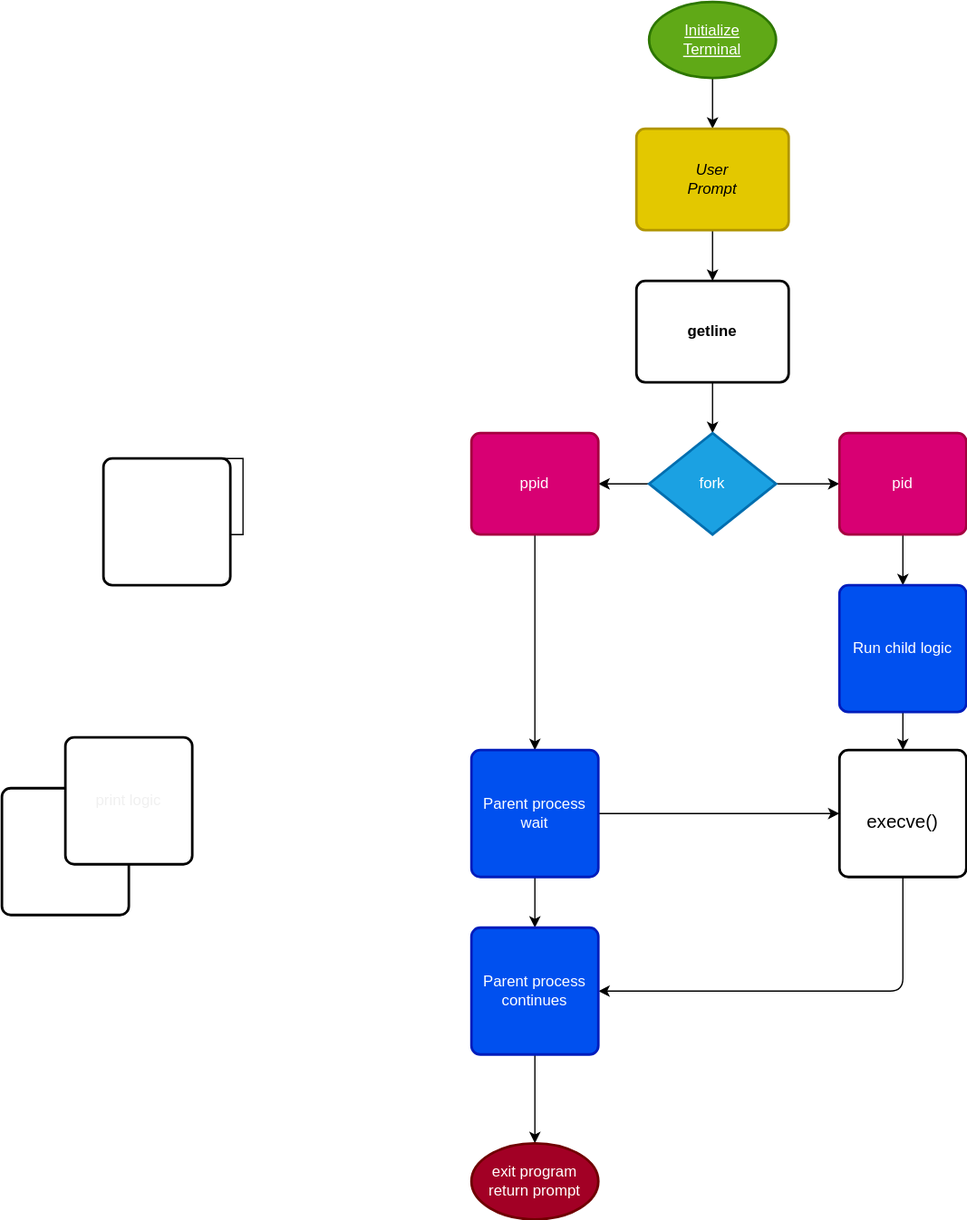
Above: shell_flow.drawio.svg in DaveyCHaysIII/atlas-simple_shell (draw.io), before the change. Source tidied: cells renumbered, new cells last; positions are measured from the earlier drawing's top-left corner, leaving out a move shared by most shapes.
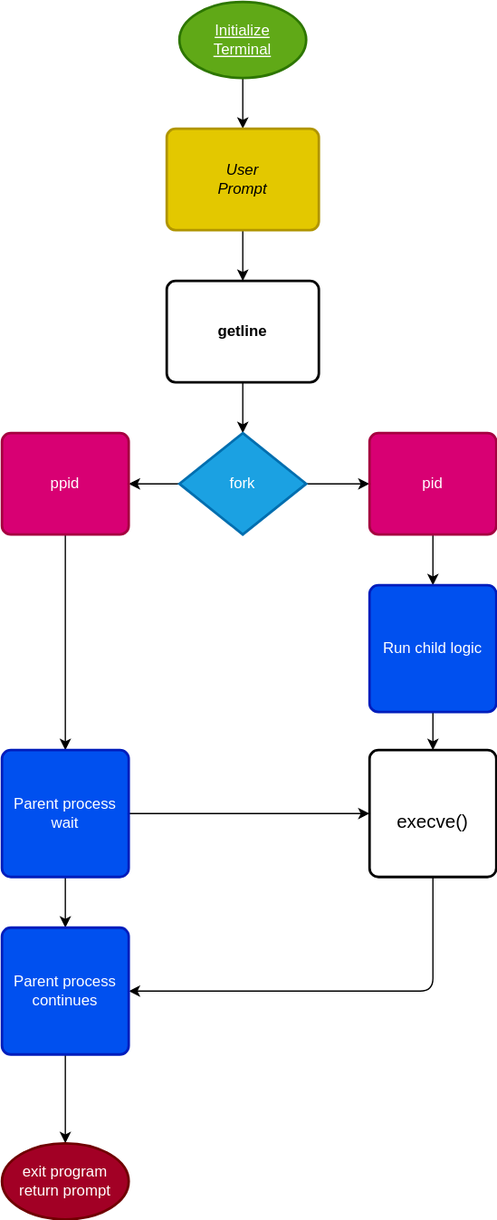
The same diagram one commit later.

The edit, as a diff of the source:
```diff
@@ -29,9 +29,6 @@
     <mxCell id="10" value="fork" style="strokeWidth=2;html=1;shape=mxgraph.flowchart.decision;whiteSpace=wrap;fillColor=#1ba1e2;fontColor=#ffffff;strokeColor=#006EAF;" parent="1" vertex="1">
       <mxGeometry x="510" y="340" width="100" height="80" as="geometry" />
     </mxCell>
-    <mxCell id="11" style="verticalLabelPosition=bottom;verticalAlign=top;html=1;shape=card;whiteSpace=wrap;size=20;arcSize=12;" parent="1" vertex="1">
-      <mxGeometry x="90" y="360" width="100" height="60" as="geometry" />
-    </mxCell>
     <mxCell id="12" style="edgeStyle=none;html=1;" parent="1" edge="1" source="13" target="18">
       <mxGeometry relative="1" as="geometry" />
     </mxCell>
@@ -53,9 +50,6 @@
     <mxCell id="18" value="Parent process&lt;br&gt;wait" style="rounded=1;whiteSpace=wrap;html=1;absoluteArcSize=1;arcSize=14;strokeWidth=2;fillColor=#0050ef;fontColor=#ffffff;strokeColor=#001DBC;" parent="1" vertex="1">
       <mxGeometry x="370" y="590" width="100" height="100" as="geometry" />
     </mxCell>
-    <mxCell id="19" style="rounded=1;whiteSpace=wrap;html=1;absoluteArcSize=1;arcSize=14;strokeWidth=2;" parent="1" vertex="1">
-      <mxGeometry x="80" y="360" width="100" height="100" as="geometry" />
-    </mxCell>
     <mxCell id="20" style="edgeStyle=none;html=1;" parent="1" edge="1" source="21" target="23">
       <mxGeometry relative="1" as="geometry" />
     </mxCell>
@@ -78,14 +72,11 @@
     <mxCell id="25" value="Parent process&lt;br&gt;continues" style="rounded=1;whiteSpace=wrap;html=1;absoluteArcSize=1;arcSize=14;strokeWidth=2;fontColor=#ffffff;fillColor=#0050ef;strokeColor=#001DBC;" parent="1" vertex="1">
       <mxGeometry x="370" y="730" width="100" height="100" as="geometry" />
     </mxCell>
-    <mxCell id="26" style="rounded=1;whiteSpace=wrap;html=1;absoluteArcSize=1;arcSize=14;strokeWidth=2;fontColor=#F0F0F0;" parent="1" vertex="1">
-      <mxGeometry y="620" width="100" height="100" as="geometry" />
-    </mxCell>
-    <mxCell id="27" value="print logic" style="rounded=1;whiteSpace=wrap;html=1;absoluteArcSize=1;arcSize=14;strokeWidth=2;fontColor=#F0F0F0;" parent="1" vertex="1">
-      <mxGeometry x="50" y="580" width="100" height="100" as="geometry" />
-    </mxCell>
     <mxCell id="28" value="exit program&lt;br&gt;return prompt" style="strokeWidth=2;html=1;shape=mxgraph.flowchart.start_1;whiteSpace=wrap;fontColor=#ffffff;fillColor=#a20025;strokeColor=#6F0000;" parent="1" vertex="1">
       <mxGeometry x="370" y="900" width="100" height="60" as="geometry" />
     </mxCell>
+    <mxCell id="29" style="edgeStyle=none;html=1;" parent="1" edge="1" source="x" target="15">
+      <mxGeometry relative="1" as="geometry" />
+    </mxCell>
   </root>
 </mxGraphModel>
```
